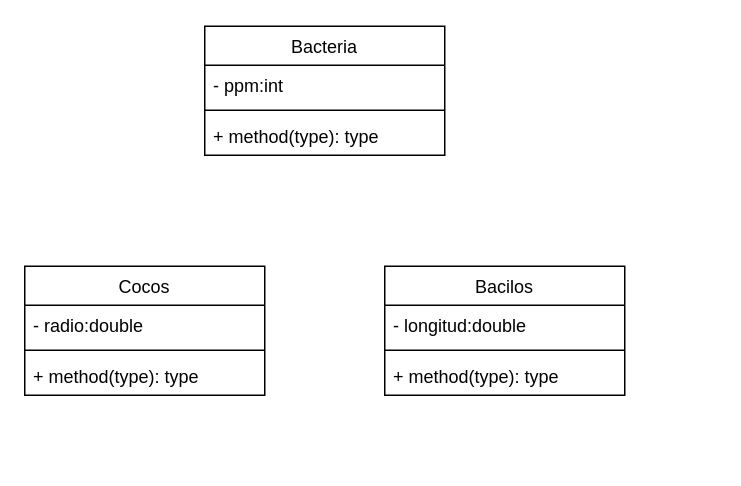
Earlier version of the draw.io diagram unq-po2-Parcial-1eraFecha-2019-Microbiologia.drawio (nhubczyk/Diagramas-UML). Source tidied: cells renumbered, new cells numbered last; positions are measured from the earlier drawing's top-left corner, leaving out a move shared by most shapes. Both pictures are drawn from the tidied source at 150%, with x=0, y=0 at pixel (24, 26).
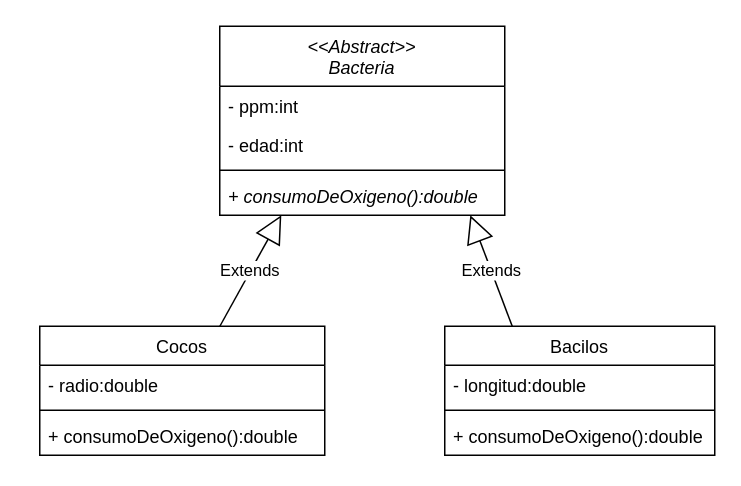
Above is the later version.

What changed in the source:
```diff
@@
 <mxGraphModel>
   <root>
     <mxCell id="0" />
     <mxCell id="1" parent="0" />
-    <mxCell id="2" value="Bacteria" style="swimlane;fontStyle=0;align=center;verticalAlign=top;horizontal=1;startSize=26;" parent="1" vertex="1">
-      <mxGeometry x="120" width="160" height="86" as="geometry" />
+    <mxCell id="2" value="&lt;&lt;Abstract&gt;&gt;&#10;Bacteria" style="swimlane;fontStyle=2;align=center;verticalAlign=top;horizontal=1;startSize=40;" parent="1" vertex="1">
+      <mxGeometry x="130" width="190" height="126" as="geometry" />
     </mxCell>
     <mxCell id="3" value="- ppm:int" style="text;strokeColor=none;fillColor=none;align=left;verticalAlign=top;spacingLeft=4;spacingRight=4;overflow=hidden;" parent="2" vertex="1">
-      <mxGeometry y="26" width="160" height="26" as="geometry" />
+      <mxGeometry y="40" width="190" height="26" as="geometry" />
     </mxCell>
+    <mxCell id="14" value="- edad:int" style="text;strokeColor=none;fillColor=none;align=left;verticalAlign=top;spacingLeft=4;spacingRight=4;overflow=hidden;" parent="2" vertex="1">
+      <mxGeometry y="66" width="190" height="26" as="geometry" />
+    </mxCell>
     <mxCell id="4" style="line;strokeWidth=1;fillColor=none;align=left;verticalAlign=middle;spacingTop=-1;spacingLeft=3;spacingRight=3;labelPosition=right;strokeColor=inherit;" parent="2" vertex="1">
-      <mxGeometry y="52" width="160" height="8" as="geometry" />
+      <mxGeometry y="92" width="190" height="8" as="geometry" />
     </mxCell>
-    <mxCell id="5" value="+ method(type): type" style="text;strokeColor=none;fillColor=none;align=left;verticalAlign=top;spacingLeft=4;spacingRight=4;overflow=hidden;points=[[0,0.5],[1,0.5]];portConstraint=eastwest;" parent="2" vertex="1">
-      <mxGeometry y="60" width="160" height="26" as="geometry" />
+    <mxCell id="5" value="+ consumoDeOxigeno():double" style="text;strokeColor=none;fillColor=none;align=left;verticalAlign=top;spacingLeft=4;spacingRight=4;overflow=hidden;points=[[0,0.5],[1,0.5]];portConstraint=eastwest;fontStyle=2;" parent="2" vertex="1">
+      <mxGeometry y="100" width="190" height="26" as="geometry" />
     </mxCell>
     <mxCell id="6" value="Cocos" style="swimlane;fontStyle=0;align=center;verticalAlign=top;horizontal=1;startSize=26;" parent="1" vertex="1">
-      <mxGeometry y="160" width="160" height="86" as="geometry" />
+      <mxGeometry x="10" y="200" width="190" height="86" as="geometry" />
     </mxCell>
     <mxCell id="7" value="- radio:double" style="text;strokeColor=none;fillColor=none;align=left;verticalAlign=top;spacingLeft=4;spacingRight=4;overflow=hidden;" parent="6" vertex="1">
-      <mxGeometry y="26" width="160" height="26" as="geometry" />
+      <mxGeometry y="26" width="190" height="26" as="geometry" />
     </mxCell>
     <mxCell id="8" style="line;strokeWidth=1;fillColor=none;align=left;verticalAlign=middle;spacingTop=-1;spacingLeft=3;spacingRight=3;labelPosition=right;strokeColor=inherit;" parent="6" vertex="1">
-      <mxGeometry y="52" width="160" height="8" as="geometry" />
+      <mxGeometry y="52" width="190" height="8" as="geometry" />
     </mxCell>
-    <mxCell id="9" value="+ method(type): type" style="text;strokeColor=none;fillColor=none;align=left;verticalAlign=top;spacingLeft=4;spacingRight=4;overflow=hidden;" parent="6" vertex="1">
-      <mxGeometry y="60" width="160" height="26" as="geometry" />
-    </mxCell>
+    <mxCell id="15" value="+ consumoDeOxigeno():double" style="text;strokeColor=none;fillColor=none;align=left;verticalAlign=top;spacingLeft=4;spacingRight=4;overflow=hidden;fontStyle=0;" parent="6" vertex="1">
+      <mxGeometry y="60" width="190" height="26" as="geometry" />
+    </mxCell>
     <mxCell id="10" value="Bacilos" style="swimlane;fontStyle=0;align=center;verticalAlign=top;horizontal=1;startSize=26;" parent="1" vertex="1">
-      <mxGeometry x="240" y="160" width="160" height="86" as="geometry" />
+      <mxGeometry x="280" y="200" width="180" height="86" as="geometry" />
     </mxCell>
     <mxCell id="11" value="- longitud:double" style="text;strokeColor=none;fillColor=none;align=left;verticalAlign=top;spacingLeft=4;spacingRight=4;overflow=hidden;" parent="10" vertex="1">
-      <mxGeometry y="26" width="160" height="26" as="geometry" />
+      <mxGeometry y="26" width="180" height="26" as="geometry" />
     </mxCell>
     <mxCell id="12" style="line;strokeWidth=1;fillColor=none;align=left;verticalAlign=middle;spacingTop=-1;spacingLeft=3;spacingRight=3;labelPosition=right;strokeColor=inherit;" parent="10" vertex="1">
-      <mxGeometry y="52" width="160" height="8" as="geometry" />
+      <mxGeometry y="52" width="180" height="8" as="geometry" />
     </mxCell>
-    <mxCell id="13" value="+ method(type): type" style="text;strokeColor=none;fillColor=none;align=left;verticalAlign=top;spacingLeft=4;spacingRight=4;overflow=hidden;" parent="10" vertex="1">
-      <mxGeometry y="60" width="160" height="26" as="geometry" />
-    </mxCell>
+    <mxCell id="16" value="+ consumoDeOxigeno():double" style="text;strokeColor=none;fillColor=none;align=left;verticalAlign=top;spacingLeft=4;spacingRight=4;overflow=hidden;fontStyle=0;" parent="10" vertex="1">
+      <mxGeometry y="60" width="180" height="26" as="geometry" />
+    </mxCell>
+    <mxCell id="17" value="Extends" style="endArrow=block;endSize=16;endFill=0;html=1;rounded=0;exitX=0.632;exitY=0;exitDx=0;exitDy=0;exitPerimeter=0;entryX=0.216;entryY=1;entryDx=0;entryDy=0;entryPerimeter=0;" parent="1" edge="1" source="6" target="5">
+      <mxGeometry relative="1" as="geometry" />
+    </mxCell>
+    <mxCell id="18" value="Extends" style="endArrow=block;endSize=16;endFill=0;html=1;rounded=0;exitX=0.25;exitY=0;exitDx=0;exitDy=0;entryX=0.879;entryY=1;entryDx=0;entryDy=0;entryPerimeter=0;" parent="1" edge="1" source="10" target="5">
+      <mxGeometry relative="1" as="geometry" />
+    </mxCell>
   </root>
 </mxGraphModel>
```
